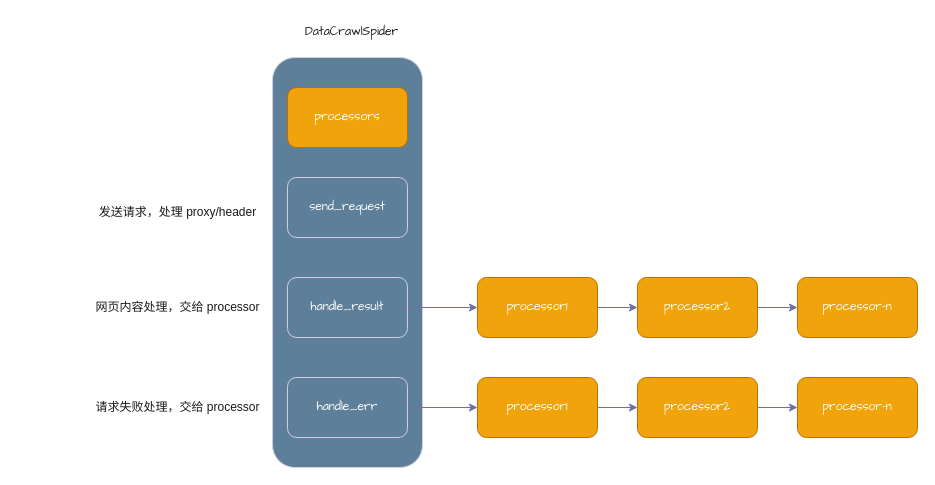
silan-liu/drawio keeps this draw.io diagram as page "DataCrawlSpider" (1 of 2) of data_crawl.drawio. Above is the earlier version. Source tidied: cells renumbered, new cells numbered last; positions are measured from the earlier drawing's top-left corner, leaving out a move shared by most shapes. Both pictures are drawn from the tidied source at 100%, with x=0, y=0 at pixel (82, 17).
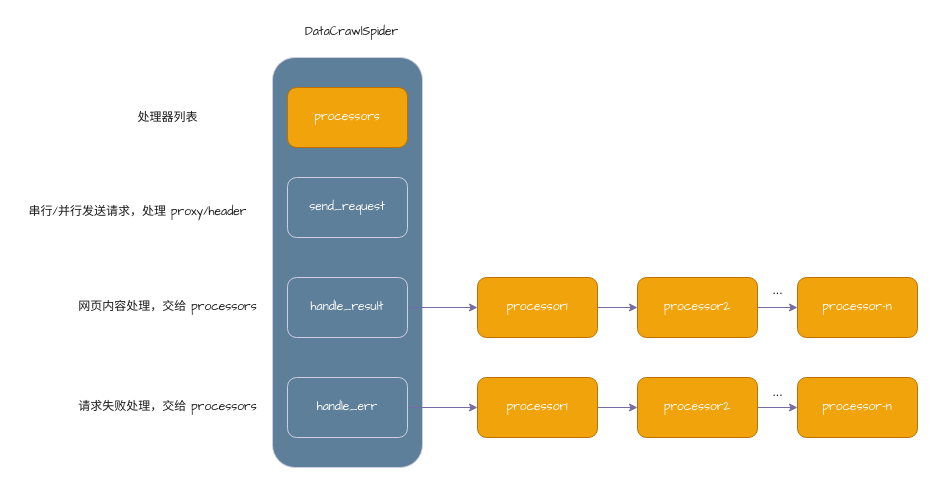
After the change.

What changed in the source:
```diff
@@
-    <mxCell id="20" value="发送请求，处理 proxy/header" style="text;html=1;align=center;verticalAlign=middle;strokeColor=none;fillColor=none;fontColor=#1A1A1A;" parent="1" vertex="1">
-      <mxGeometry x="5" y="180" width="180" height="30" as="geometry" />
+    <mxCell id="20" value="串行/并行发送请求，处理 proxy/header" style="text;html=1;align=center;verticalAlign=middle;strokeColor=none;fillColor=none;fontColor=#1A1A1A;fontFamily=Comic Sans MS;" parent="1" vertex="1">
+      <mxGeometry x="-65" y="180" width="240" height="30" as="geometry" />
     </mxCell>
-    <mxCell id="21" value="网页内容处理，交给 processor" style="text;html=1;align=center;verticalAlign=middle;strokeColor=none;fillColor=none;fontColor=#1A1A1A;" parent="1" vertex="1">
-      <mxGeometry y="275" width="190" height="30" as="geometry" />
+    <mxCell id="21" value="网页内容处理，交给 processors" style="text;html=1;align=center;verticalAlign=middle;strokeColor=none;fillColor=none;fontColor=#1A1A1A;fontFamily=Comic Sans MS;" parent="1" vertex="1">
+      <mxGeometry x="-15" y="275" width="200" height="30" as="geometry" />
     </mxCell>
-    <mxCell id="22" value="请求失败处理，交给 processor" style="text;html=1;align=center;verticalAlign=middle;strokeColor=none;fillColor=none;fontColor=#1A1A1A;" parent="1" vertex="1">
-      <mxGeometry y="375" width="190" height="30" as="geometry" />
+    <mxCell id="22" value="请求失败处理，交给 processors" style="text;html=1;align=center;verticalAlign=middle;strokeColor=none;fillColor=none;fontColor=#1A1A1A;fontFamily=Comic Sans MS;" parent="1" vertex="1">
+      <mxGeometry x="-15" y="375" width="200" height="30" as="geometry" />
     </mxCell>
+    <mxCell id="23" value="处理器列表" style="text;html=1;align=center;verticalAlign=middle;strokeColor=none;fillColor=none;fontColor=#1A1A1A;" parent="1" vertex="1">
+      <mxGeometry x="45" y="85" width="80" height="30" as="geometry" />
+    </mxCell>
+    <mxCell id="24" value="..." style="text;html=1;align=center;verticalAlign=middle;strokeColor=none;fillColor=none;fontColor=#1A1A1A;" parent="1" vertex="1">
+      <mxGeometry x="680" y="258" width="30" height="30" as="geometry" />
+    </mxCell>
+    <mxCell id="25" value="..." style="text;html=1;align=center;verticalAlign=middle;strokeColor=none;fillColor=none;fontColor=#1A1A1A;" parent="1" vertex="1">
+      <mxGeometry x="680" y="360" width="30" height="30" as="geometry" />
+    </mxCell>
```
